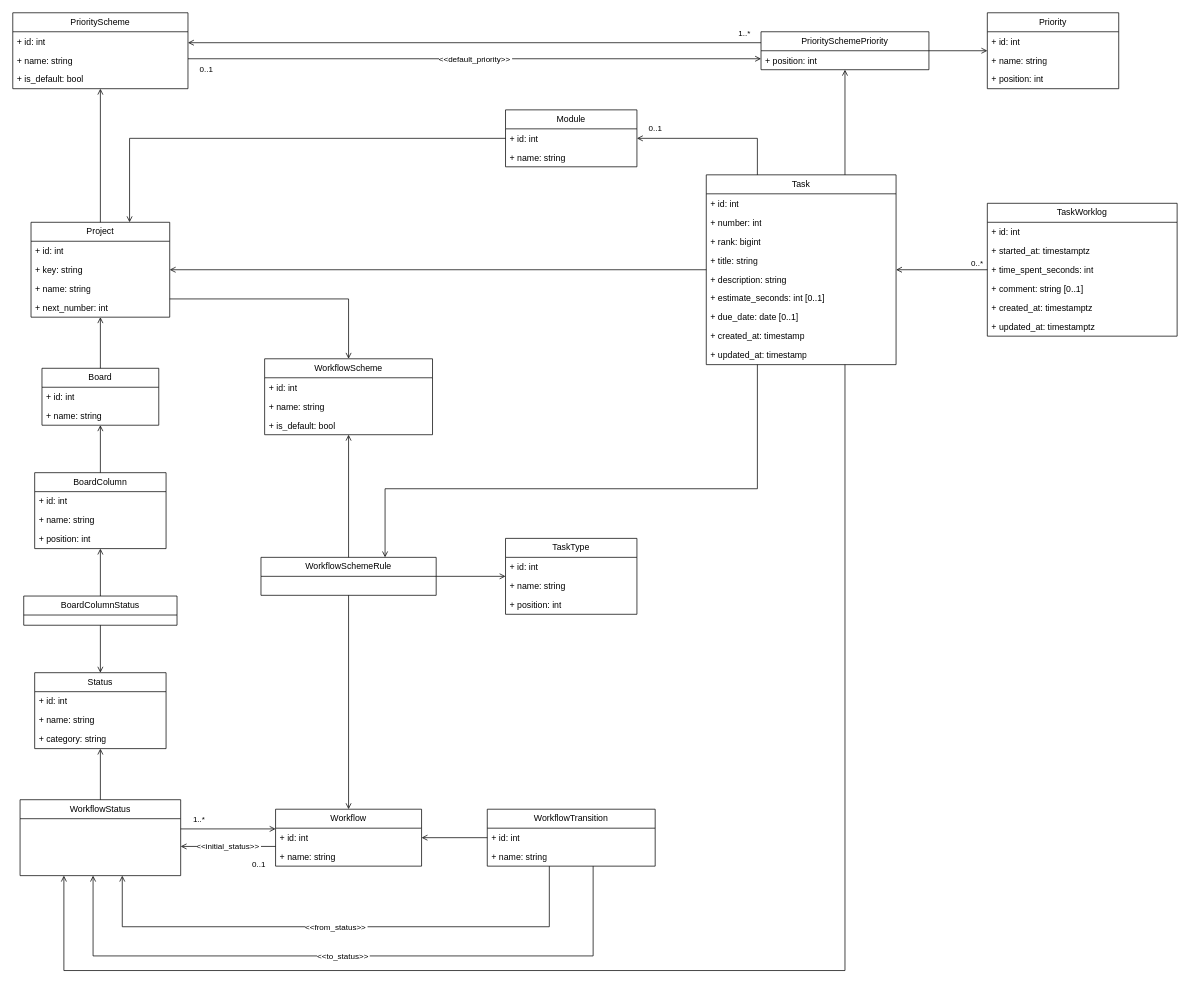
Earlier version of the draw.io diagram page "Классы — общее" (1 of 2) of docs/Диаграммы.drawio (hedgehog-pm/service-tracker). Source tidied: cells renumbered, new cells numbered last; positions are measured from the earlier drawing's top-left corner, leaving out a move shared by most shapes. Both pictures are drawn from the tidied source at 73%, with x=0, y=0 at pixel (12, 12).
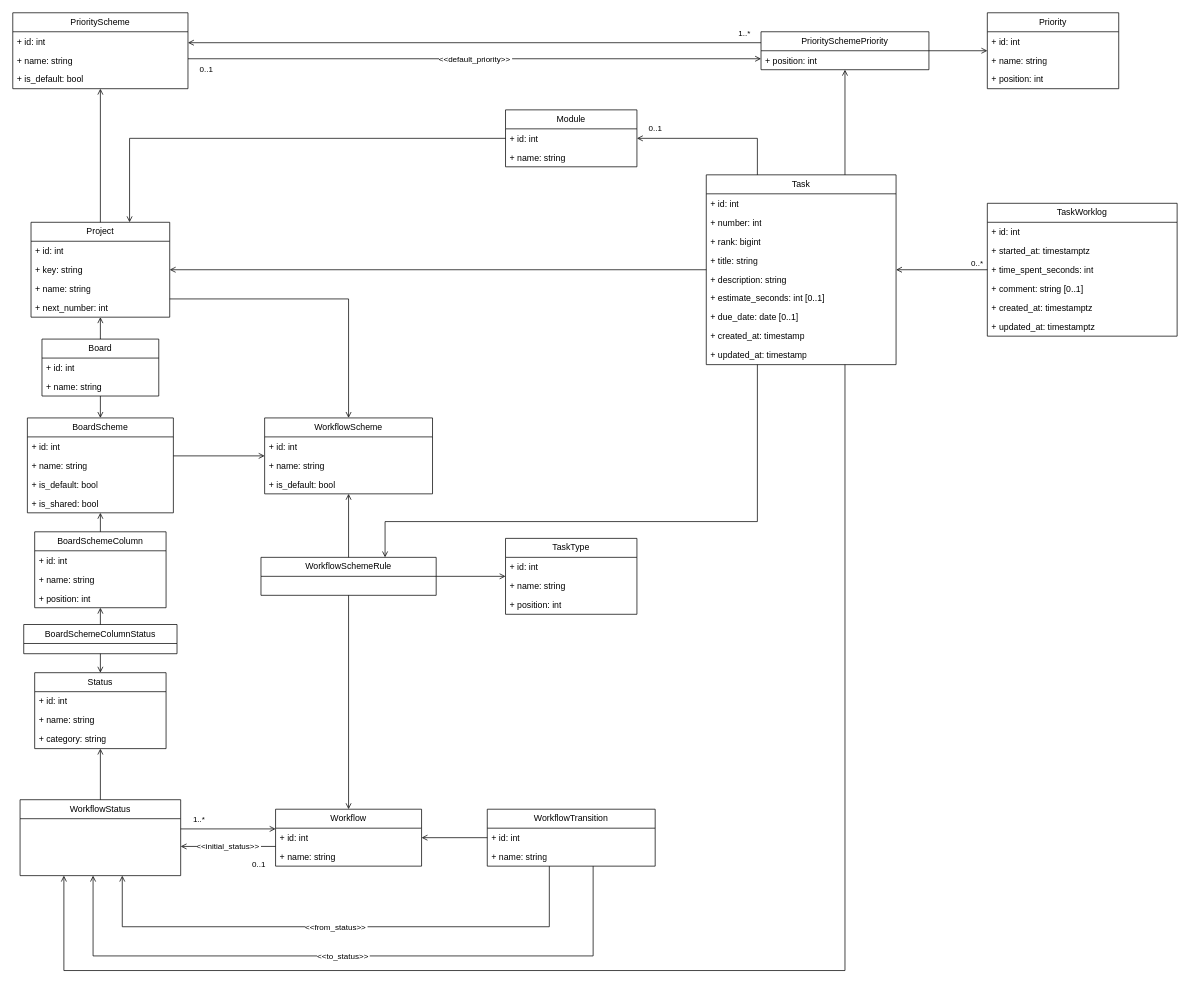
Above is the later version.

Unchanged cells that the change refers to:
```xml
<mxCell id="18" value="Task" style="swimlane;fontStyle=0;horizontal=1;startSize=26;fillColor=none;whiteSpace=wrap;html=1;fontFamily=Helvetica;fontSize=12;strokeColor=#000000;fontColor=#000000;fillColor=#FFFFFF;shadow=0;rounded=0;" parent="1" vertex="1">
  <mxGeometry x="950" y="222" width="260" height="260" as="geometry" />
</mxCell>
<mxCell id="40" value="WorkflowSchemeRule" style="swimlane;fontStyle=0;horizontal=1;startSize=26;fillColor=none;whiteSpace=wrap;html=1;fontFamily=Helvetica;fontSize=12;strokeColor=#000000;fontColor=#000000;fillColor=#FFFFFF;shadow=0;rounded=0;" parent="1" vertex="1">
  <mxGeometry x="340" y="746" width="240" height="52" as="geometry" />
</mxCell>
```

Diff of the diagram source:
```diff
@@
     <mxCell id="7" value="Board" style="swimlane;fontStyle=0;horizontal=1;startSize=26;fillColor=none;whiteSpace=wrap;html=1;fontFamily=Helvetica;fontSize=12;strokeColor=#000000;fontColor=#000000;fillColor=#FFFFFF;shadow=0;rounded=0;" parent="1" vertex="1">
-      <mxGeometry x="40" y="487" width="160" height="78" as="geometry" />
+      <mxGeometry x="40" y="447" width="160" height="78" as="geometry" />
     </mxCell>
@@
+    <mxCell id="100" value="BoardScheme" style="swimlane;fontStyle=0;horizontal=1;startSize=26;fillColor=none;whiteSpace=wrap;html=1;fontFamily=Helvetica;fontSize=12;strokeColor=#000000;fontColor=#000000;fillColor=#FFFFFF;shadow=0;rounded=0;" parent="1" vertex="1">
+      <mxGeometry x="20" y="555" width="200" height="130" as="geometry" />
+    </mxCell>
+    <mxCell id="101" value="+ id: int" style="text;strokeColor=none;fillColor=none;align=left;verticalAlign=top;spacingLeft=4;spacingRight=4;overflow=hidden;whiteSpace=wrap;html=1;fontFamily=Helvetica;fontSize=12;fontColor=#000000;" parent="100" vertex="1">
+      <mxGeometry y="26" width="200" height="26" as="geometry" />
+    </mxCell>
+    <mxCell id="102" value="+ name: string" style="text;strokeColor=none;fillColor=none;align=left;verticalAlign=top;spacingLeft=4;spacingRight=4;overflow=hidden;whiteSpace=wrap;html=1;fontFamily=Helvetica;fontSize=12;fontColor=#000000;" parent="100" vertex="1">
+      <mxGeometry y="52" width="200" height="26" as="geometry" />
+    </mxCell>
+    <mxCell id="103" value="+ is_default: bool" style="text;strokeColor=none;fillColor=none;align=left;verticalAlign=top;spacingLeft=4;spacingRight=4;overflow=hidden;whiteSpace=wrap;html=1;fontFamily=Helvetica;fontSize=12;fontColor=#000000;" parent="100" vertex="1">
+      <mxGeometry y="78" width="200" height="26" as="geometry" />
+    </mxCell>
+    <mxCell id="104" value="+ is_shared: bool" style="text;strokeColor=none;fillColor=none;align=left;verticalAlign=top;spacingLeft=4;spacingRight=4;overflow=hidden;whiteSpace=wrap;html=1;fontFamily=Helvetica;fontSize=12;fontColor=#000000;" parent="100" vertex="1">
+      <mxGeometry y="104" width="200" height="26" as="geometry" />
+    </mxCell>
-    <mxCell id="10" value="BoardColumn" style="swimlane;fontStyle=0;horizontal=1;startSize=26;fillColor=none;whiteSpace=wrap;html=1;fontFamily=Helvetica;fontSize=12;strokeColor=#000000;fontColor=#000000;fillColor=#FFFFFF;shadow=0;rounded=0;" parent="1" vertex="1">
-      <mxGeometry x="30" y="630" width="180" height="104" as="geometry" />
+    <mxCell id="10" value="BoardSchemeColumn" style="swimlane;fontStyle=0;horizontal=1;startSize=26;fillColor=none;whiteSpace=wrap;html=1;fontFamily=Helvetica;fontSize=12;strokeColor=#000000;fontColor=#000000;fillColor=#FFFFFF;shadow=0;rounded=0;" parent="1" vertex="1">
+      <mxGeometry x="30" y="711" width="180" height="104" as="geometry" />
     </mxCell>
@@
-    <mxCell id="28" value="BoardColumnStatus" style="swimlane;fontStyle=0;horizontal=1;startSize=26;fillColor=none;whiteSpace=wrap;html=1;fontFamily=Helvetica;fontSize=12;strokeColor=#000000;fontColor=#000000;fillColor=#FFFFFF;shadow=0;rounded=0;" parent="1" vertex="1">
-      <mxGeometry x="15" y="799" width="210" height="40" as="geometry" />
+    <mxCell id="28" value="BoardSchemeColumnStatus" style="swimlane;fontStyle=0;horizontal=1;startSize=26;fillColor=none;whiteSpace=wrap;html=1;fontFamily=Helvetica;fontSize=12;strokeColor=#000000;fontColor=#000000;fillColor=#FFFFFF;shadow=0;rounded=0;" parent="1" vertex="1">
+      <mxGeometry x="15" y="838" width="210" height="40" as="geometry" />
     </mxCell>
@@
     <mxCell id="32" value="WorkflowScheme" style="swimlane;fontStyle=0;horizontal=1;startSize=26;fillColor=none;whiteSpace=wrap;html=1;fontFamily=Helvetica;fontSize=12;strokeColor=#000000;fontColor=#000000;fillColor=#FFFFFF;shadow=0;rounded=0;" parent="1" vertex="1">
-      <mxGeometry x="345" y="474" width="230" height="104" as="geometry" />
+      <mxGeometry x="345" y="555" width="230" height="104" as="geometry" />
     </mxCell>
@@
-    <mxCell id="58" style="shape=connector;rounded=0;html=1;strokeColor=#000000;strokeWidth=1;fontColor=#000000;fontFamily=Helvetica;fontSize=11;labelBackgroundColor=#FFFFFF;endFill=0;startArrow=none;startFill=0;exitX=0.5;exitY=0.0;exitDx=0;exitDy=0;entryX=0.5;entryY=1.0;entryDx=0;entryDy=0;endArrow=open;edgeStyle=orthogonalEdgeStyle;curved=0;exitPerimeter=0;entryPerimeter=0;jettySize=0;" parent="1" edge="1" source="10" target="7">
+    <mxCell id="58" style="shape=connector;rounded=0;html=1;strokeColor=#000000;strokeWidth=1;fontColor=#000000;fontFamily=Helvetica;fontSize=11;labelBackgroundColor=#FFFFFF;endFill=0;startArrow=none;startFill=0;exitX=0.5;exitY=0.0;exitDx=0;exitDy=0;entryX=0.5;entryY=1.0;entryDx=0;entryDy=0;endArrow=open;edgeStyle=orthogonalEdgeStyle;curved=0;exitPerimeter=0;entryPerimeter=0;jettySize=0;" parent="1" edge="1" source="10" target="100">
       <mxGeometry relative="1" as="geometry" />
     </mxCell>
@@
     <mxCell id="87" style="shape=connector;rounded=0;html=1;strokeColor=#000000;strokeWidth=1;fontColor=#000000;fontFamily=Helvetica;fontSize=11;labelBackgroundColor=#FFFFFF;endFill=0;startArrow=none;startFill=0;exitX=0.2692307692307692;exitY=1.0;exitDx=0;exitDy=0;entryX=0.7083333333333334;entryY=0.0;entryDx=0;entryDy=0;endArrow=open;edgeStyle=orthogonalEdgeStyle;curved=0;exitPerimeter=0;entryPerimeter=0;jettySize=0;" parent="1" edge="1" source="18" target="40">
       <mxGeometry relative="1" as="geometry">
         <Array as="points">
-          <mxPoint x="1020" y="652" />
-          <mxPoint x="510" y="652" />
+          <mxPoint x="1020" y="697" />
+          <mxPoint x="510" y="697" />
         </Array>
       </mxGeometry>
     </mxCell>
@@
+    <mxCell id="105" style="shape=connector;rounded=0;html=1;strokeColor=#000000;strokeWidth=1;fontColor=#000000;fontFamily=Helvetica;fontSize=11;labelBackgroundColor=#FFFFFF;endFill=0;startArrow=none;startFill=0;exitX=0.5;exitY=1.0;exitDx=0;exitDy=0;entryX=0.5;entryY=0.0;entryDx=0;entryDy=0;endArrow=open;edgeStyle=orthogonalEdgeStyle;curved=0;exitPerimeter=0;entryPerimeter=0;jettySize=0;" parent="1" edge="1" source="7" target="100">
+      <mxGeometry relative="1" as="geometry" />
+    </mxCell>
+    <mxCell id="106" style="shape=connector;rounded=0;html=1;strokeColor=#000000;strokeWidth=1;fontColor=#000000;fontFamily=Helvetica;fontSize=11;labelBackgroundColor=#FFFFFF;endFill=0;startArrow=none;startFill=0;exitX=1.0;exitY=0.4;exitDx=0;exitDy=0;entryX=0.0;entryY=0.5;entryDx=0;entryDy=0;endArrow=open;edgeStyle=orthogonalEdgeStyle;curved=0;exitPerimeter=0;entryPerimeter=0;jettySize=0;" parent="1" edge="1" source="100" target="32">
+      <mxGeometry relative="1" as="geometry" />
+    </mxCell>
```
